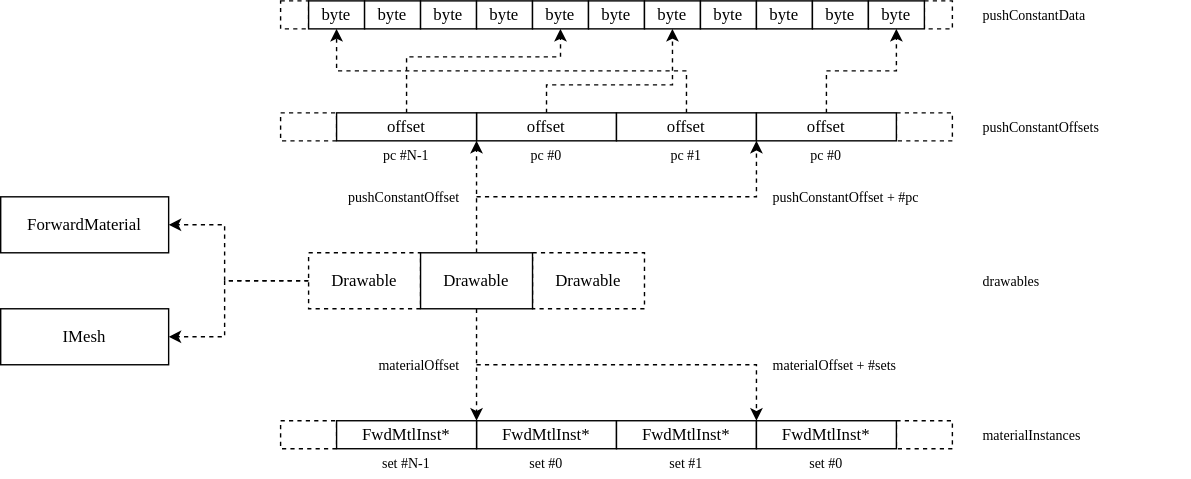
TimZoet/SOL-manual keeps this draw.io diagram as _static/images/render/forward/forward_render_data.svg. Above is the earlier version. Source tidied: cells renumbered, new cells last; positions are measured from the earlier drawing's top-left corner, leaving out a move shared by most shapes. Its diagram source:
```xml
<mxGraphModel>
  <root>
    <mxCell id="0" />
    <mxCell id="1" parent="0" />
    <mxCell id="2" style="edgeStyle=none;html=1;exitX=0;exitY=0.5;exitDx=0;exitDy=0;entryX=1;entryY=0.5;entryDx=0;entryDy=0;rounded=0;dashed=1;" parent="1" edge="1" source="4" target="56">
      <mxGeometry relative="1" as="geometry">
        <Array as="points">
          <mxPoint x="160" y="200" />
          <mxPoint x="160" y="240" />
        </Array>
      </mxGeometry>
    </mxCell>
    <mxCell id="3" style="edgeStyle=none;rounded=0;html=1;exitX=0;exitY=0.5;exitDx=0;exitDy=0;entryX=1;entryY=0.5;entryDx=0;entryDy=0;dashed=1;" parent="1" edge="1" source="4" target="57">
      <mxGeometry relative="1" as="geometry">
        <Array as="points">
          <mxPoint x="160" y="200" />
          <mxPoint x="160" y="160" />
        </Array>
      </mxGeometry>
    </mxCell>
    <mxCell id="4" value="Drawable" style="rounded=0;whiteSpace=wrap;html=1;shadow=0;fontFamily=Lucida Console;dashed=1;" parent="1" vertex="1">
      <mxGeometry x="220" y="180" width="80" height="40" as="geometry" />
    </mxCell>
    <mxCell id="5" value="Drawable" style="rounded=0;whiteSpace=wrap;html=1;shadow=0;fontFamily=Lucida Console;dashed=1;" parent="1" vertex="1">
      <mxGeometry x="380" y="180" width="80" height="40" as="geometry" />
    </mxCell>
    <mxCell id="6" style="rounded=0;whiteSpace=wrap;html=1;shadow=0;fontFamily=Lucida Console;dashed=1;" parent="1" vertex="1">
      <mxGeometry x="200" y="80" width="40" height="20" as="geometry" />
    </mxCell>
    <mxCell id="7" style="rounded=0;whiteSpace=wrap;html=1;shadow=0;fontFamily=Lucida Console;dashed=1;" parent="1" vertex="1">
      <mxGeometry x="640" y="80" width="40" height="20" as="geometry" />
    </mxCell>
    <mxCell id="8" style="rounded=0;whiteSpace=wrap;html=1;shadow=0;fontFamily=Lucida Console;dashed=1;" parent="1" vertex="1">
      <mxGeometry x="200" width="20" height="20" as="geometry" />
    </mxCell>
    <mxCell id="9" style="rounded=0;whiteSpace=wrap;html=1;shadow=0;fontFamily=Lucida Console;dashed=1;" parent="1" vertex="1">
      <mxGeometry x="660" width="20" height="20" as="geometry" />
    </mxCell>
    <mxCell id="10" style="rounded=0;whiteSpace=wrap;html=1;shadow=0;fontFamily=Lucida Console;dashed=1;fillColor=default;" parent="1" vertex="1">
      <mxGeometry x="200" y="300" width="40" height="20" as="geometry" />
    </mxCell>
    <mxCell id="11" style="rounded=0;whiteSpace=wrap;html=1;shadow=0;fontFamily=Lucida Console;dashed=1;" parent="1" vertex="1">
      <mxGeometry x="640" y="300" width="40" height="20" as="geometry" />
    </mxCell>
    <mxCell id="12" style="edgeStyle=none;html=1;exitX=0.5;exitY=1;exitDx=0;exitDy=0;entryX=1;entryY=0;entryDx=0;entryDy=0;dashed=1;fontFamily=Lucida Console;" parent="1" edge="1" source="15" target="21">
      <mxGeometry relative="1" as="geometry" />
    </mxCell>
    <mxCell id="13" style="edgeStyle=none;html=1;dashed=1;fontFamily=Lucida Console;entryX=0;entryY=0;entryDx=0;entryDy=0;rounded=0;" parent="1" edge="1" target="18">
      <mxGeometry relative="1" as="geometry">
        <mxPoint x="340" y="260" as="sourcePoint" />
        <Array as="points">
          <mxPoint x="340" y="260" />
          <mxPoint x="540" y="260" />
        </Array>
      </mxGeometry>
    </mxCell>
    <mxCell id="14" style="edgeStyle=none;rounded=0;html=1;exitX=0.5;exitY=0;exitDx=0;exitDy=0;dashed=1;fontFamily=Lucida Console;fontSize=10;entryX=0;entryY=1;entryDx=0;entryDy=0;" parent="1" edge="1" source="15" target="48">
      <mxGeometry relative="1" as="geometry" />
    </mxCell>
    <mxCell id="15" value="Drawable" style="rounded=0;whiteSpace=wrap;html=1;shadow=0;fontFamily=Lucida Console;" parent="1" vertex="1">
      <mxGeometry x="300" y="180" width="80" height="40" as="geometry" />
    </mxCell>
    <mxCell id="16" value="FwdMtlInst*" style="rounded=0;whiteSpace=wrap;html=1;shadow=0;fontFamily=Lucida Console;" parent="1" vertex="1">
      <mxGeometry x="340" y="300" width="100" height="20" as="geometry" />
    </mxCell>
    <mxCell id="17" value="FwdMtlInst*" style="rounded=0;whiteSpace=wrap;html=1;shadow=0;fontFamily=Lucida Console;" parent="1" vertex="1">
      <mxGeometry x="440" y="300" width="100" height="20" as="geometry" />
    </mxCell>
    <mxCell id="18" value="FwdMtlInst*" style="rounded=0;whiteSpace=wrap;html=1;shadow=0;fontFamily=Lucida Console;" parent="1" vertex="1">
      <mxGeometry x="540" y="300" width="100" height="20" as="geometry" />
    </mxCell>
    <mxCell id="19" value="materialOffset" style="text;html=1;strokeColor=none;fillColor=none;align=right;verticalAlign=middle;whiteSpace=wrap;rounded=0;shadow=0;dashed=1;fontFamily=Lucida Console;fontSize=10;" parent="1" vertex="1">
      <mxGeometry x="230" y="250" width="100" height="20" as="geometry" />
    </mxCell>
    <mxCell id="20" value="materialOffset + #sets" style="text;html=1;strokeColor=none;fillColor=none;align=left;verticalAlign=middle;whiteSpace=wrap;rounded=0;shadow=0;dashed=1;fontFamily=Lucida Console;fontSize=10;" parent="1" vertex="1">
      <mxGeometry x="550" y="250" width="150" height="20" as="geometry" />
    </mxCell>
    <mxCell id="21" value="FwdMtlInst*" style="rounded=0;whiteSpace=wrap;html=1;shadow=0;fontFamily=Lucida Console;" parent="1" vertex="1">
      <mxGeometry x="240" y="300" width="100" height="20" as="geometry" />
    </mxCell>
    <mxCell id="22" style="edgeStyle=none;rounded=0;html=1;exitX=0.5;exitY=0;exitDx=0;exitDy=0;entryX=0.5;entryY=1;entryDx=0;entryDy=0;dashed=1;fontFamily=Lucida Console;fontSize=10;" parent="1" edge="1" source="53" target="33">
      <mxGeometry relative="1" as="geometry">
        <Array as="points">
          <mxPoint x="290" y="40" />
          <mxPoint x="400" y="40" />
        </Array>
      </mxGeometry>
    </mxCell>
    <mxCell id="23" style="edgeStyle=none;rounded=0;html=1;exitX=0.5;exitY=0;exitDx=0;exitDy=0;entryX=0.5;entryY=1;entryDx=0;entryDy=0;dashed=1;fontFamily=Lucida Console;fontSize=10;" parent="1" edge="1" source="48" target="35">
      <mxGeometry relative="1" as="geometry">
        <Array as="points">
          <mxPoint x="390" y="60" />
          <mxPoint x="480" y="60" />
        </Array>
      </mxGeometry>
    </mxCell>
    <mxCell id="24" style="edgeStyle=none;rounded=0;html=1;exitX=0.5;exitY=0;exitDx=0;exitDy=0;entryX=0.5;entryY=1;entryDx=0;entryDy=0;dashed=1;fontFamily=Lucida Console;fontSize=10;" parent="1" edge="1" source="52" target="29">
      <mxGeometry relative="1" as="geometry">
        <Array as="points">
          <mxPoint x="490" y="50" />
          <mxPoint x="240" y="50" />
        </Array>
      </mxGeometry>
    </mxCell>
    <mxCell id="25" style="edgeStyle=none;rounded=0;html=1;exitX=0.5;exitY=0;exitDx=0;exitDy=0;dashed=1;fontFamily=Lucida Console;fontSize=10;entryX=0.5;entryY=1;entryDx=0;entryDy=0;" parent="1" edge="1" source="54" target="39">
      <mxGeometry relative="1" as="geometry">
        <Array as="points">
          <mxPoint x="590" y="50" />
          <mxPoint x="640" y="50" />
        </Array>
      </mxGeometry>
    </mxCell>
    <mxCell id="26" style="edgeStyle=none;html=1;dashed=1;fontFamily=Lucida Console;rounded=0;entryX=1;entryY=1;entryDx=0;entryDy=0;" parent="1" edge="1" target="52">
      <mxGeometry relative="1" as="geometry">
        <mxPoint x="340" y="140" as="sourcePoint" />
        <Array as="points">
          <mxPoint x="340" y="140" />
          <mxPoint x="540" y="140" />
        </Array>
      </mxGeometry>
    </mxCell>
    <mxCell id="27" value="pushConstantOffset" style="text;html=1;strokeColor=none;fillColor=none;align=right;verticalAlign=middle;whiteSpace=wrap;rounded=0;shadow=0;dashed=1;fontFamily=Lucida Console;fontSize=10;" parent="1" vertex="1">
      <mxGeometry x="230" y="130" width="100" height="20" as="geometry" />
    </mxCell>
    <mxCell id="28" value="pushConstantOffset + #pc" style="text;html=1;strokeColor=none;fillColor=none;align=left;verticalAlign=middle;whiteSpace=wrap;rounded=0;shadow=0;dashed=1;fontFamily=Lucida Console;fontSize=10;" parent="1" vertex="1">
      <mxGeometry x="550" y="130" width="150" height="20" as="geometry" />
    </mxCell>
    <mxCell id="29" value="byte" style="rounded=0;whiteSpace=wrap;html=1;shadow=0;fontFamily=Lucida Console;" parent="1" vertex="1">
      <mxGeometry x="220" width="40" height="20" as="geometry" />
    </mxCell>
    <mxCell id="30" value="byte" style="rounded=0;whiteSpace=wrap;html=1;shadow=0;fontFamily=Lucida Console;" parent="1" vertex="1">
      <mxGeometry x="260" width="40" height="20" as="geometry" />
    </mxCell>
    <mxCell id="31" value="byte" style="rounded=0;whiteSpace=wrap;html=1;shadow=0;fontFamily=Lucida Console;" parent="1" vertex="1">
      <mxGeometry x="300" width="40" height="20" as="geometry" />
    </mxCell>
    <mxCell id="32" value="byte" style="rounded=0;whiteSpace=wrap;html=1;shadow=0;fontFamily=Lucida Console;" parent="1" vertex="1">
      <mxGeometry x="340" width="40" height="20" as="geometry" />
    </mxCell>
    <mxCell id="33" value="byte" style="rounded=0;whiteSpace=wrap;html=1;shadow=0;fontFamily=Lucida Console;" parent="1" vertex="1">
      <mxGeometry x="380" width="40" height="20" as="geometry" />
    </mxCell>
    <mxCell id="34" value="byte" style="rounded=0;whiteSpace=wrap;html=1;shadow=0;fontFamily=Lucida Console;" parent="1" vertex="1">
      <mxGeometry x="420" width="40" height="20" as="geometry" />
    </mxCell>
    <mxCell id="35" value="byte" style="rounded=0;whiteSpace=wrap;html=1;shadow=0;fontFamily=Lucida Console;" parent="1" vertex="1">
      <mxGeometry x="460" width="40" height="20" as="geometry" />
    </mxCell>
    <mxCell id="36" value="byte" style="rounded=0;whiteSpace=wrap;html=1;shadow=0;fontFamily=Lucida Console;" parent="1" vertex="1">
      <mxGeometry x="500" width="40" height="20" as="geometry" />
    </mxCell>
    <mxCell id="37" value="byte" style="rounded=0;whiteSpace=wrap;html=1;shadow=0;fontFamily=Lucida Console;" parent="1" vertex="1">
      <mxGeometry x="540" width="40" height="20" as="geometry" />
    </mxCell>
    <mxCell id="38" value="byte" style="rounded=0;whiteSpace=wrap;html=1;shadow=0;fontFamily=Lucida Console;" parent="1" vertex="1">
      <mxGeometry x="580" width="40" height="20" as="geometry" />
    </mxCell>
    <mxCell id="39" value="byte" style="rounded=0;whiteSpace=wrap;html=1;shadow=0;fontFamily=Lucida Console;" parent="1" vertex="1">
      <mxGeometry x="620" width="40" height="20" as="geometry" />
    </mxCell>
    <mxCell id="40" value="set #0" style="text;html=1;strokeColor=none;fillColor=none;align=center;verticalAlign=middle;whiteSpace=wrap;rounded=0;shadow=0;dashed=1;fontFamily=Lucida Console;fontSize=10;" parent="1" vertex="1">
      <mxGeometry x="340" y="320" width="100" height="20" as="geometry" />
    </mxCell>
    <mxCell id="41" value="set #1" style="text;html=1;strokeColor=none;fillColor=none;align=center;verticalAlign=middle;whiteSpace=wrap;rounded=0;shadow=0;dashed=1;fontFamily=Lucida Console;fontSize=10;" parent="1" vertex="1">
      <mxGeometry x="440" y="320" width="100" height="20" as="geometry" />
    </mxCell>
    <mxCell id="42" value="set #0" style="text;html=1;strokeColor=none;fillColor=none;align=center;verticalAlign=middle;whiteSpace=wrap;rounded=0;shadow=0;dashed=1;fontFamily=Lucida Console;fontSize=10;" parent="1" vertex="1">
      <mxGeometry x="540" y="320" width="100" height="20" as="geometry" />
    </mxCell>
    <mxCell id="43" value="set #N-1" style="text;html=1;strokeColor=none;fillColor=none;align=center;verticalAlign=middle;whiteSpace=wrap;rounded=0;shadow=0;dashed=1;fontFamily=Lucida Console;fontSize=10;" parent="1" vertex="1">
      <mxGeometry x="240" y="320" width="100" height="20" as="geometry" />
    </mxCell>
    <mxCell id="44" value="pc #N-1" style="text;html=1;strokeColor=none;fillColor=none;align=center;verticalAlign=middle;whiteSpace=wrap;rounded=0;shadow=0;dashed=1;fontFamily=Lucida Console;fontSize=10;" parent="1" vertex="1">
      <mxGeometry x="240" y="100" width="100" height="20" as="geometry" />
    </mxCell>
    <mxCell id="45" value="pc #0" style="text;html=1;strokeColor=none;fillColor=none;align=center;verticalAlign=middle;whiteSpace=wrap;rounded=0;shadow=0;dashed=1;fontFamily=Lucida Console;fontSize=10;" parent="1" vertex="1">
      <mxGeometry x="340" y="100" width="100" height="20" as="geometry" />
    </mxCell>
    <mxCell id="46" value="pc #1" style="text;html=1;strokeColor=none;fillColor=none;align=center;verticalAlign=middle;whiteSpace=wrap;rounded=0;shadow=0;dashed=1;fontFamily=Lucida Console;fontSize=10;" parent="1" vertex="1">
      <mxGeometry x="440" y="100" width="100" height="20" as="geometry" />
    </mxCell>
    <mxCell id="47" value="pc #0" style="text;html=1;strokeColor=none;fillColor=none;align=center;verticalAlign=middle;whiteSpace=wrap;rounded=0;shadow=0;dashed=1;fontFamily=Lucida Console;fontSize=10;" parent="1" vertex="1">
      <mxGeometry x="540" y="100" width="100" height="20" as="geometry" />
    </mxCell>
    <mxCell id="48" value="offset" style="rounded=0;whiteSpace=wrap;html=1;shadow=0;fontFamily=Lucida Console;" parent="1" vertex="1">
      <mxGeometry x="340" y="80" width="100" height="20" as="geometry" />
    </mxCell>
    <mxCell id="49" value="pushConstantData" style="text;html=1;strokeColor=none;fillColor=none;align=left;verticalAlign=middle;whiteSpace=wrap;rounded=0;shadow=0;dashed=1;fontFamily=Lucida Console;fontSize=10;" parent="1" vertex="1">
      <mxGeometry x="700" width="150" height="20" as="geometry" />
    </mxCell>
    <mxCell id="50" value="pushConstantOffsets" style="text;html=1;strokeColor=none;fillColor=none;align=left;verticalAlign=middle;whiteSpace=wrap;rounded=0;shadow=0;dashed=1;fontFamily=Lucida Console;fontSize=10;" parent="1" vertex="1">
      <mxGeometry x="700" y="80" width="150" height="20" as="geometry" />
    </mxCell>
    <mxCell id="51" value="materialInstances" style="text;html=1;strokeColor=none;fillColor=none;align=left;verticalAlign=middle;whiteSpace=wrap;rounded=0;shadow=0;dashed=1;fontFamily=Lucida Console;fontSize=10;" parent="1" vertex="1">
      <mxGeometry x="700" y="300" width="150" height="20" as="geometry" />
    </mxCell>
    <mxCell id="52" value="offset" style="rounded=0;whiteSpace=wrap;html=1;shadow=0;fontFamily=Lucida Console;" parent="1" vertex="1">
      <mxGeometry x="440" y="80" width="100" height="20" as="geometry" />
    </mxCell>
    <mxCell id="53" value="offset" style="rounded=0;whiteSpace=wrap;html=1;shadow=0;fontFamily=Lucida Console;" parent="1" vertex="1">
      <mxGeometry x="240" y="80" width="100" height="20" as="geometry" />
    </mxCell>
    <mxCell id="54" value="offset" style="rounded=0;whiteSpace=wrap;html=1;shadow=0;fontFamily=Lucida Console;" parent="1" vertex="1">
      <mxGeometry x="540" y="80" width="100" height="20" as="geometry" />
    </mxCell>
    <mxCell id="55" value="drawables" style="text;html=1;strokeColor=none;fillColor=none;align=left;verticalAlign=middle;whiteSpace=wrap;rounded=0;shadow=0;dashed=1;fontFamily=Lucida Console;fontSize=10;" parent="1" vertex="1">
      <mxGeometry x="700" y="190" width="150" height="20" as="geometry" />
    </mxCell>
    <mxCell id="56" value="IMesh" style="rounded=0;whiteSpace=wrap;html=1;shadow=0;fontFamily=Lucida Console;" parent="1" vertex="1">
      <mxGeometry y="220" width="120" height="40" as="geometry" />
    </mxCell>
    <mxCell id="57" value="ForwardMaterial" style="rounded=0;whiteSpace=wrap;html=1;shadow=0;fontFamily=Lucida Console;" parent="1" vertex="1">
      <mxGeometry y="140" width="120" height="40" as="geometry" />
    </mxCell>
  </root>
</mxGraphModel>
```
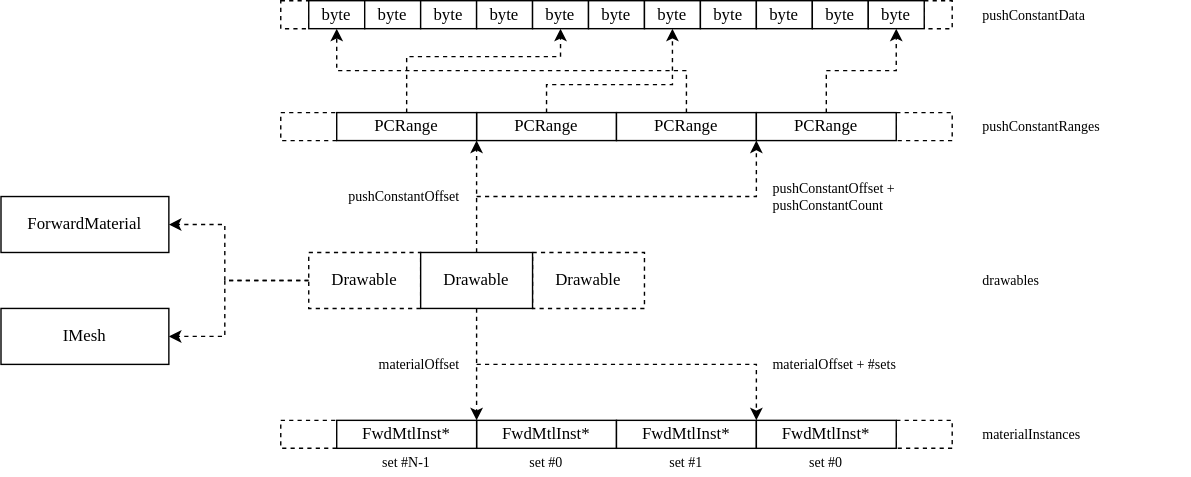
The same diagram one commit later.

Commit message:
Updated ForwardMaterialData diagram

Change to the diagram source:
```diff
@@ -122,7 +122,7 @@
     <mxCell id="27" value="pushConstantOffset" style="text;html=1;strokeColor=none;fillColor=none;align=right;verticalAlign=middle;whiteSpace=wrap;rounded=0;shadow=0;dashed=1;fontFamily=Lucida Console;fontSize=10;" parent="1" vertex="1">
       <mxGeometry x="230" y="130" width="100" height="20" as="geometry" />
     </mxCell>
-    <mxCell id="28" value="pushConstantOffset + #pc" style="text;html=1;strokeColor=none;fillColor=none;align=left;verticalAlign=middle;whiteSpace=wrap;rounded=0;shadow=0;dashed=1;fontFamily=Lucida Console;fontSize=10;" parent="1" vertex="1">
+    <mxCell id="28" value="pushConstantOffset + pushConstantCount" style="text;html=1;strokeColor=none;fillColor=none;align=left;verticalAlign=middle;whiteSpace=wrap;rounded=0;shadow=0;dashed=1;fontFamily=Lucida Console;fontSize=10;" parent="1" vertex="1">
       <mxGeometry x="550" y="130" width="150" height="20" as="geometry" />
     </mxCell>
     <mxCell id="29" value="byte" style="rounded=0;whiteSpace=wrap;html=1;shadow=0;fontFamily=Lucida Console;" parent="1" vertex="1">
@@ -170,37 +170,25 @@
     <mxCell id="43" value="set #N-1" style="text;html=1;strokeColor=none;fillColor=none;align=center;verticalAlign=middle;whiteSpace=wrap;rounded=0;shadow=0;dashed=1;fontFamily=Lucida Console;fontSize=10;" parent="1" vertex="1">
       <mxGeometry x="240" y="320" width="100" height="20" as="geometry" />
     </mxCell>
-    <mxCell id="44" value="pc #N-1" style="text;html=1;strokeColor=none;fillColor=none;align=center;verticalAlign=middle;whiteSpace=wrap;rounded=0;shadow=0;dashed=1;fontFamily=Lucida Console;fontSize=10;" parent="1" vertex="1">
-      <mxGeometry x="240" y="100" width="100" height="20" as="geometry" />
-    </mxCell>
-    <mxCell id="45" value="pc #0" style="text;html=1;strokeColor=none;fillColor=none;align=center;verticalAlign=middle;whiteSpace=wrap;rounded=0;shadow=0;dashed=1;fontFamily=Lucida Console;fontSize=10;" parent="1" vertex="1">
-      <mxGeometry x="340" y="100" width="100" height="20" as="geometry" />
-    </mxCell>
-    <mxCell id="46" value="pc #1" style="text;html=1;strokeColor=none;fillColor=none;align=center;verticalAlign=middle;whiteSpace=wrap;rounded=0;shadow=0;dashed=1;fontFamily=Lucida Console;fontSize=10;" parent="1" vertex="1">
-      <mxGeometry x="440" y="100" width="100" height="20" as="geometry" />
-    </mxCell>
-    <mxCell id="47" value="pc #0" style="text;html=1;strokeColor=none;fillColor=none;align=center;verticalAlign=middle;whiteSpace=wrap;rounded=0;shadow=0;dashed=1;fontFamily=Lucida Console;fontSize=10;" parent="1" vertex="1">
-      <mxGeometry x="540" y="100" width="100" height="20" as="geometry" />
-    </mxCell>
-    <mxCell id="48" value="offset" style="rounded=0;whiteSpace=wrap;html=1;shadow=0;fontFamily=Lucida Console;" parent="1" vertex="1">
+    <mxCell id="48" value="PCRange" style="rounded=0;whiteSpace=wrap;html=1;shadow=0;fontFamily=Lucida Console;" parent="1" vertex="1">
       <mxGeometry x="340" y="80" width="100" height="20" as="geometry" />
     </mxCell>
     <mxCell id="49" value="pushConstantData" style="text;html=1;strokeColor=none;fillColor=none;align=left;verticalAlign=middle;whiteSpace=wrap;rounded=0;shadow=0;dashed=1;fontFamily=Lucida Console;fontSize=10;" parent="1" vertex="1">
       <mxGeometry x="700" width="150" height="20" as="geometry" />
     </mxCell>
-    <mxCell id="50" value="pushConstantOffsets" style="text;html=1;strokeColor=none;fillColor=none;align=left;verticalAlign=middle;whiteSpace=wrap;rounded=0;shadow=0;dashed=1;fontFamily=Lucida Console;fontSize=10;" parent="1" vertex="1">
+    <mxCell id="50" value="pushConstantRanges" style="text;html=1;strokeColor=none;fillColor=none;align=left;verticalAlign=middle;whiteSpace=wrap;rounded=0;shadow=0;dashed=1;fontFamily=Lucida Console;fontSize=10;" parent="1" vertex="1">
       <mxGeometry x="700" y="80" width="150" height="20" as="geometry" />
     </mxCell>
     <mxCell id="51" value="materialInstances" style="text;html=1;strokeColor=none;fillColor=none;align=left;verticalAlign=middle;whiteSpace=wrap;rounded=0;shadow=0;dashed=1;fontFamily=Lucida Console;fontSize=10;" parent="1" vertex="1">
       <mxGeometry x="700" y="300" width="150" height="20" as="geometry" />
     </mxCell>
-    <mxCell id="52" value="offset" style="rounded=0;whiteSpace=wrap;html=1;shadow=0;fontFamily=Lucida Console;" parent="1" vertex="1">
+    <mxCell id="52" value="PCRange" style="rounded=0;whiteSpace=wrap;html=1;shadow=0;fontFamily=Lucida Console;" parent="1" vertex="1">
       <mxGeometry x="440" y="80" width="100" height="20" as="geometry" />
     </mxCell>
-    <mxCell id="53" value="offset" style="rounded=0;whiteSpace=wrap;html=1;shadow=0;fontFamily=Lucida Console;" parent="1" vertex="1">
+    <mxCell id="53" value="PCRange" style="rounded=0;whiteSpace=wrap;html=1;shadow=0;fontFamily=Lucida Console;" parent="1" vertex="1">
       <mxGeometry x="240" y="80" width="100" height="20" as="geometry" />
     </mxCell>
-    <mxCell id="54" value="offset" style="rounded=0;whiteSpace=wrap;html=1;shadow=0;fontFamily=Lucida Console;" parent="1" vertex="1">
+    <mxCell id="54" value="PCRange" style="rounded=0;whiteSpace=wrap;html=1;shadow=0;fontFamily=Lucida Console;" parent="1" vertex="1">
       <mxGeometry x="540" y="80" width="100" height="20" as="geometry" />
     </mxCell>
     <mxCell id="55" value="drawables" style="text;html=1;strokeColor=none;fillColor=none;align=left;verticalAlign=middle;whiteSpace=wrap;rounded=0;shadow=0;dashed=1;fontFamily=Lucida Console;fontSize=10;" parent="1" vertex="1">
```
